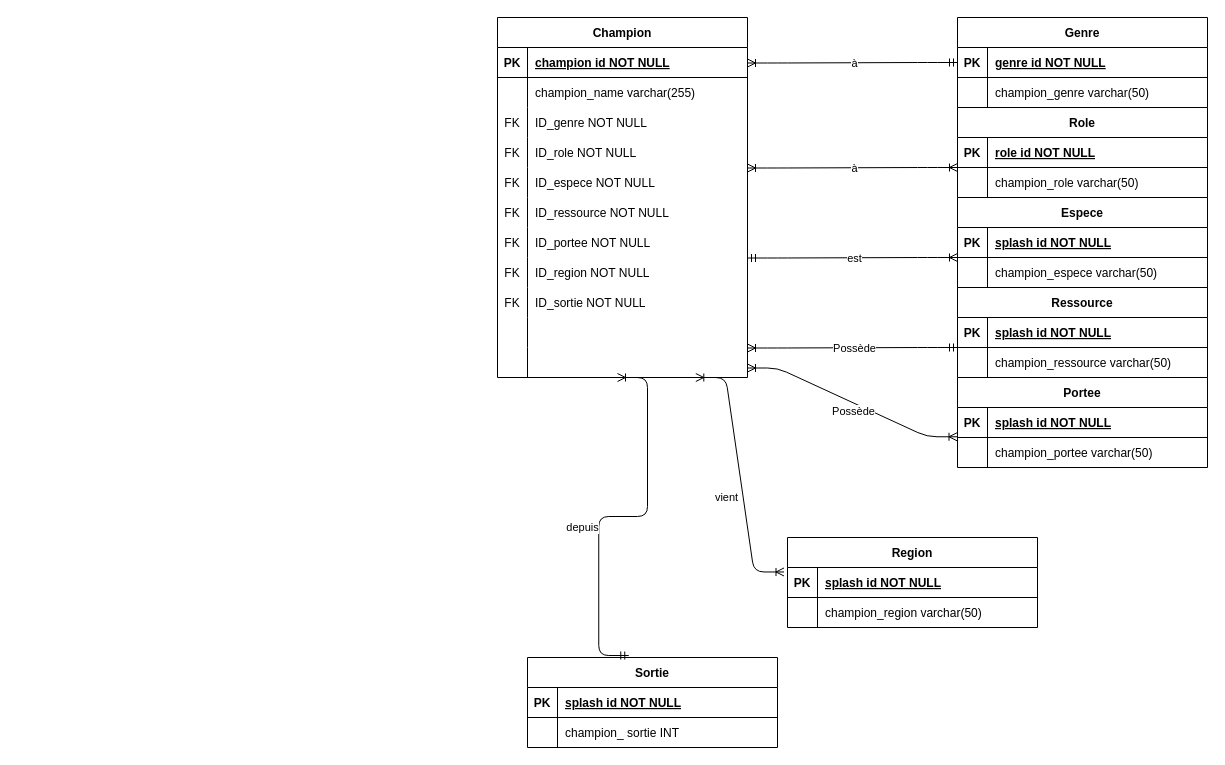
Before: Diagramme sans nom.drawio in CamilleSimon/BTS2-CIEL-IR-MCD-2024-2025, a draw.io diagram. Source tidied: cells renumbered, new cells numbered last; positions are measured from the earlier drawing's top-left corner, leaving out a move shared by most shapes. Both pictures are drawn from the tidied source at 100%, with x=0, y=0 at pixel (497, 17).
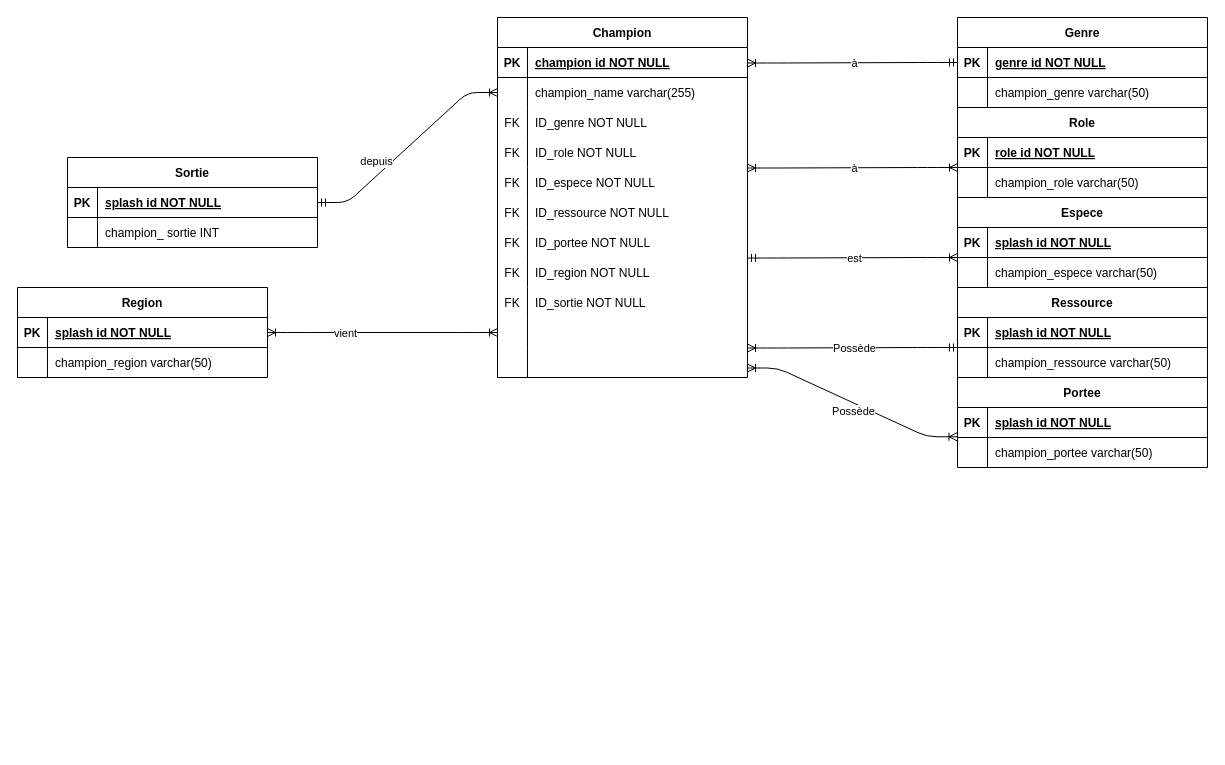
Above is the later version.

Commit message:
Mettre à jour Diagramme sans nom.drawio

Unchanged cells that the change refers to:
```xml
<mxCell id="6" style="shape=partialRectangle;fillColor=none;points=[[0,0.5],[1,0.5]];portConstraint=eastwest;top=0;left=0;right=0;bottom=0;" parent="2" vertex="1">
  <mxGeometry y="60" width="250" height="30" as="geometry" />
</mxCell>
<mxCell id="30" style="shape=partialRectangle;fillColor=none;points=[[0,0.5],[1,0.5]];portConstraint=eastwest;top=0;left=0;right=0;bottom=0;" parent="2" vertex="1">
  <mxGeometry y="300" width="250" height="30" as="geometry" />
</mxCell>
<mxCell id="72" style="shape=partialRectangle;fillColor=none;points=[[0,0.5],[1,0.5]];portConstraint=eastwest;top=0;left=0;right=0;bottom=1;" parent="71" vertex="1">
  <mxGeometry y="30" width="250" height="30" as="geometry" />
</mxCell>
<mxCell id="79" style="shape=partialRectangle;fillColor=none;points=[[0,0.5],[1,0.5]];portConstraint=eastwest;top=0;left=0;right=0;bottom=1;" parent="78" vertex="1">
  <mxGeometry y="30" width="250" height="30" as="geometry" />
</mxCell>
```

Change to the diagram source:
```diff
@@
     <mxCell id="71" value="Region" style="shape=table;startSize=30;childLayout=tableLayout;rowLines=0;fontStyle=1;align=center;" parent="1" vertex="1">
-      <mxGeometry x="290" y="520" width="250" height="90" as="geometry" />
+      <mxGeometry x="-480" y="270" width="250" height="90" as="geometry" />
     </mxCell>
@@
     <mxCell id="78" value="Sortie" style="shape=table;startSize=30;childLayout=tableLayout;rowLines=0;fontStyle=1;align=center;" parent="1" vertex="1">
-      <mxGeometry x="30" y="640" width="250" height="90" as="geometry" />
+      <mxGeometry x="-430" y="140" width="250" height="90" as="geometry" />
     </mxCell>
@@
-    <mxCell id="97" style="edgeStyle=entityRelationEdgeStyle;endArrow=ERoneToMany;startArrow=ERoneToMany;endFill=0;startFill=0;exitX=0.793;exitY=1.09;exitDx=0;exitDy=0;exitPerimeter=0;entryX=-0.014;entryY=0.149;entryDx=0;entryDy=0;entryPerimeter=0;" parent="1" edge="1" target="72">
+    <mxCell id="97" style="edgeStyle=entityRelationEdgeStyle;endArrow=ERoneToMany;startArrow=ERoneToMany;endFill=0;startFill=0;entryX=1;entryY=0.5;entryDx=0;entryDy=0;" parent="1" edge="1" source="30" target="72">
       <mxGeometry relative="1" as="geometry">
-        <mxPoint x="198.3" y="360" as="sourcePoint" />
         <Array as="points">
-          <mxPoint x="300" y="492.3" />
+          <mxPoint x="93.5" y="470.1" />
         </Array>
       </mxGeometry>
     </mxCell>
@@
-    <mxCell id="99" style="edgeStyle=entityRelationEdgeStyle;endArrow=ERmandOne;startArrow=ERoneToMany;endFill=0;startFill=0;entryX=0.405;entryY=-0.022;entryDx=0;entryDy=0;entryPerimeter=0;" parent="1" edge="1" target="78">
+    <mxCell id="99" style="edgeStyle=entityRelationEdgeStyle;endArrow=ERmandOne;startArrow=ERoneToMany;endFill=0;startFill=0;entryX=1;entryY=0.5;entryDx=0;entryDy=0;exitX=0;exitY=0.5;exitDx=0;exitDy=0;" parent="1" edge="1" source="6" target="79">
       <mxGeometry relative="1" as="geometry">
-        <mxPoint x="120" y="360" as="sourcePoint" />
         <Array as="points">
           <mxPoint x="210" y="374.5" />
         </Array>
       </mxGeometry>
     </mxCell>
```
